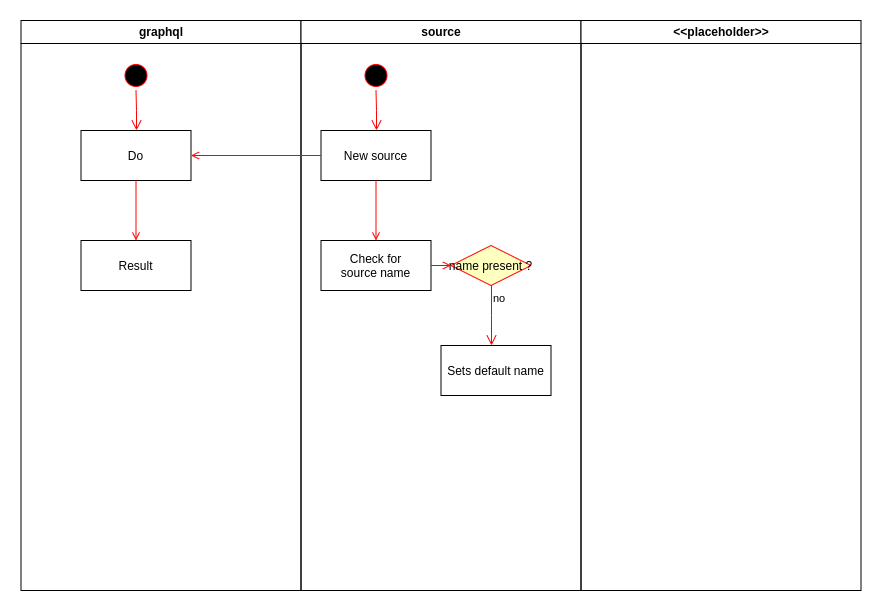
This is architecture/uml/activity/graphql-graphql-go-architecture-activity.drawio.png from chris-ramon/thesis-graphql-go, a draw.io export, as it was before one commit. Source tidied: cells renumbered, new cells last; positions are measured from the earlier drawing's top-left corner, leaving out a move shared by most shapes.
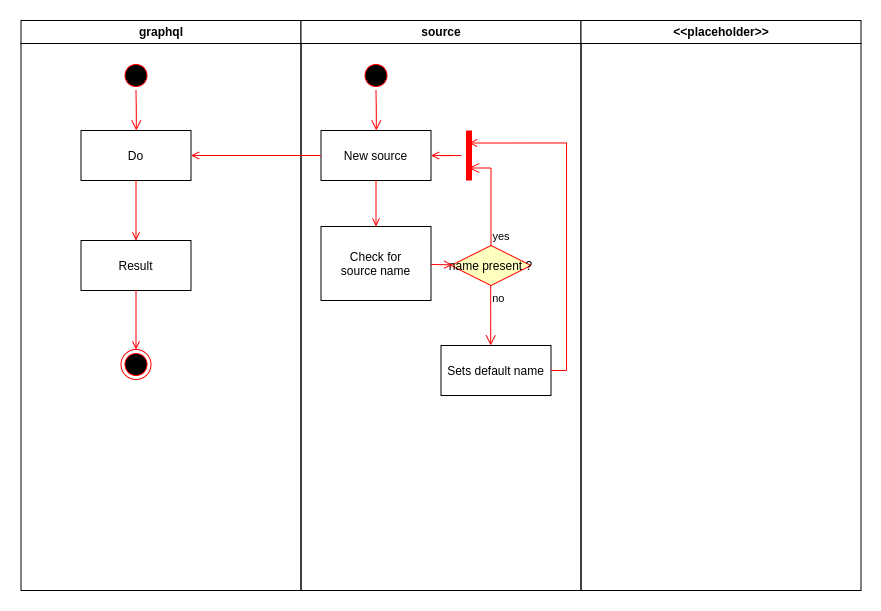
The same diagram one commit later.

Commit message:
architecture/uml/activity: updates PNG file

Diff of the diagram source:
```diff
@@ -20,6 +20,12 @@
     <mxCell id="7" style="endArrow=open;strokeColor=#FF0000;endFill=1;rounded=0;" parent="2" edge="1" source="5" target="6">
       <mxGeometry relative="1" as="geometry" />
     </mxCell>
+    <mxCell id="20" style="ellipse;shape=endState;fillColor=#000000;strokeColor=#ff0000;" parent="2" vertex="1">
+      <mxGeometry x="100" y="329" width="30" height="30" as="geometry" />
+    </mxCell>
+    <mxCell id="21" style="endArrow=open;strokeColor=#FF0000;endFill=1;rounded=0;exitX=0.5;exitY=1;exitDx=0;exitDy=0;" parent="2" edge="1" source="6" target="20">
+      <mxGeometry relative="1" as="geometry" />
+    </mxCell>
     <mxCell id="8" value="source" style="swimlane;whiteSpace=wrap;startSize=23;" parent="1" vertex="1">
       <mxGeometry x="280.5" width="280" height="570" as="geometry" />
     </mxCell>
@@ -32,8 +38,8 @@
     <mxCell id="11" value="New source" parent="8" vertex="1">
       <mxGeometry x="20" y="110" width="110" height="50" as="geometry" />
     </mxCell>
-    <mxCell id="12" value="Check for&#10;source name" parent="8" vertex="1">
-      <mxGeometry x="20" y="220" width="110" height="50" as="geometry" />
+    <mxCell id="12" value="Check for&#10;source name" style="direction=south;" parent="8" vertex="1">
+      <mxGeometry x="20" y="206" width="110" height="74" as="geometry" />
     </mxCell>
     <mxCell id="13" style="endArrow=open;strokeColor=#FF0000;endFill=1;rounded=0;" parent="8" edge="1" source="11" target="12">
       <mxGeometry relative="1" as="geometry" />
@@ -56,5 +62,27 @@
     <mxCell id="19" style="endArrow=open;strokeColor=#FF0000;endFill=1;rounded=0;entryX=1;entryY=0.5;entryDx=0;entryDy=0;exitX=0;exitY=0.5;exitDx=0;exitDy=0;" parent="1" edge="1" source="11" target="5">
       <mxGeometry relative="1" as="geometry" />
     </mxCell>
+    <mxCell id="22" value="yes" style="edgeStyle=elbowEdgeStyle;elbow=horizontal;align=left;verticalAlign=bottom;endArrow=open;endSize=8;strokeColor=#FF0000;exitX=0.5;exitY=0;endFill=1;rounded=0;entryX=0.75;entryY=0.5;entryDx=0;entryDy=0;entryPerimeter=0;" parent="1" edge="1" target="24">
+      <mxGeometry x="-1" relative="1" as="geometry">
+        <mxPoint x="470.5" y="225" as="sourcePoint" />
+        <Array as="points">
+          <mxPoint x="470.5" y="180" />
+        </Array>
+      </mxGeometry>
+    </mxCell>
+    <mxCell id="23" style="edgeStyle=orthogonalEdgeStyle;rounded=0;jettySize=auto;html=1;strokeColor=#FF0000;endArrow=open;endFill=0;" parent="1" edge="1" source="24" target="11">
+      <mxGeometry relative="1" as="geometry" />
+    </mxCell>
+    <mxCell id="24" style="shape=line;strokeWidth=6;strokeColor=#ff0000;rotation=90;" parent="1" vertex="1">
+      <mxGeometry x="423.5" y="127.5" width="50" height="15" as="geometry" />
+    </mxCell>
+    <mxCell id="25" style="edgeStyle=orthogonalEdgeStyle;rounded=0;jettySize=auto;html=1;endArrow=open;endFill=0;strokeColor=#FF0000;entryX=0.25;entryY=0.5;entryDx=0;entryDy=0;entryPerimeter=0;" parent="1" edge="1" source="17" target="24">
+      <mxGeometry relative="1" as="geometry">
+        <Array as="points">
+          <mxPoint x="546" y="350" />
+          <mxPoint x="546" y="122" />
+        </Array>
+      </mxGeometry>
+    </mxCell>
   </root>
 </mxGraphModel>
```
